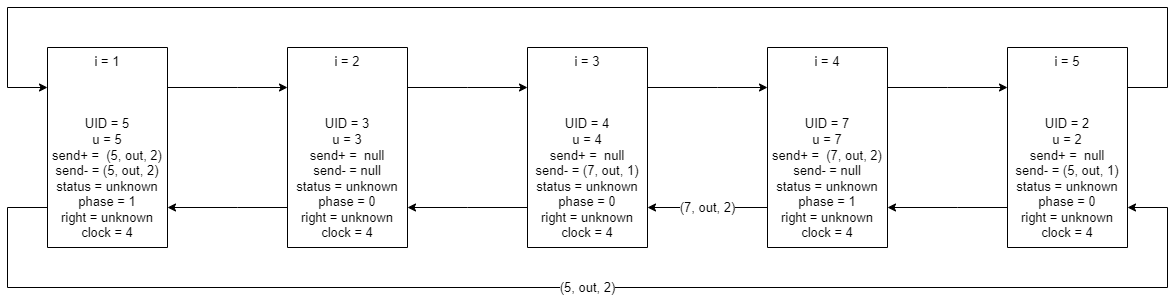
Before: tods/04-tods.drawio.png, a diagram exported from draw.io (h1tlan/tods_first_exercise). Source tidied: cells renumbered, new cells last; positions are measured from the earlier drawing's top-left corner, leaving out a move shared by most shapes.
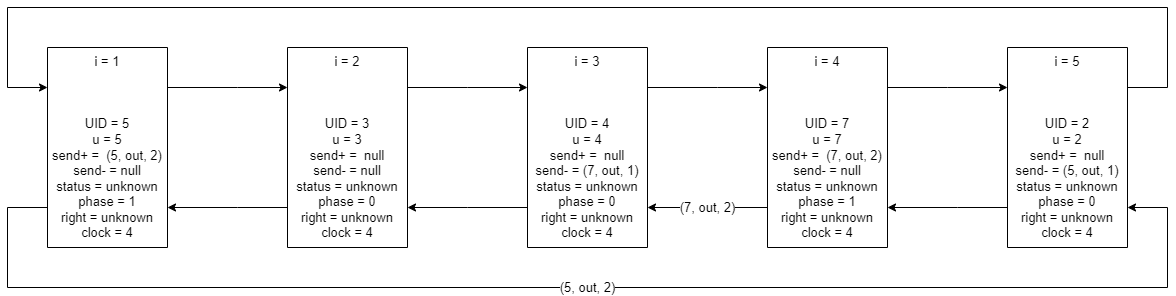
The same diagram one commit later.

Diff of the diagram source:
```diff
@@ -20,7 +20,7 @@
         </Array>
       </mxGeometry>
     </mxCell>
-    <mxCell id="4" value="i = 1&lt;br&gt;&lt;br&gt;&lt;br&gt;&lt;br&gt;UID = 5&lt;br&gt;u = 5&lt;br&gt;send+ =&amp;nbsp; (5, out, 2)&lt;br&gt;send- = (5, out, 2)&lt;br&gt;status = unknown&lt;br&gt;phase = 1&lt;br&gt;right = unknown&lt;br&gt;clock = 4" style="rounded=0;whiteSpace=wrap;html=1;fontSize=13;direction=south;" parent="1" vertex="1">
+    <mxCell id="4" value="i = 1&lt;br&gt;&lt;br&gt;&lt;br&gt;&lt;br&gt;UID = 5&lt;br&gt;u = 5&lt;br&gt;send+ =&amp;nbsp; (5, out, 2)&lt;br&gt;send- = null&lt;br&gt;status = unknown&lt;br&gt;phase = 1&lt;br&gt;right = unknown&lt;br&gt;clock = 4" style="rounded=0;whiteSpace=wrap;html=1;fontSize=13;direction=south;" parent="1" vertex="1">
       <mxGeometry x="40" y="40" width="120" height="200" as="geometry" />
     </mxCell>
     <mxCell id="5" style="edgeStyle=orthogonalEdgeStyle;rounded=0;jettySize=auto;html=1;labelBorderColor=none;fontSize=13;" parent="1" edge="1" source="7" target="4">
```
